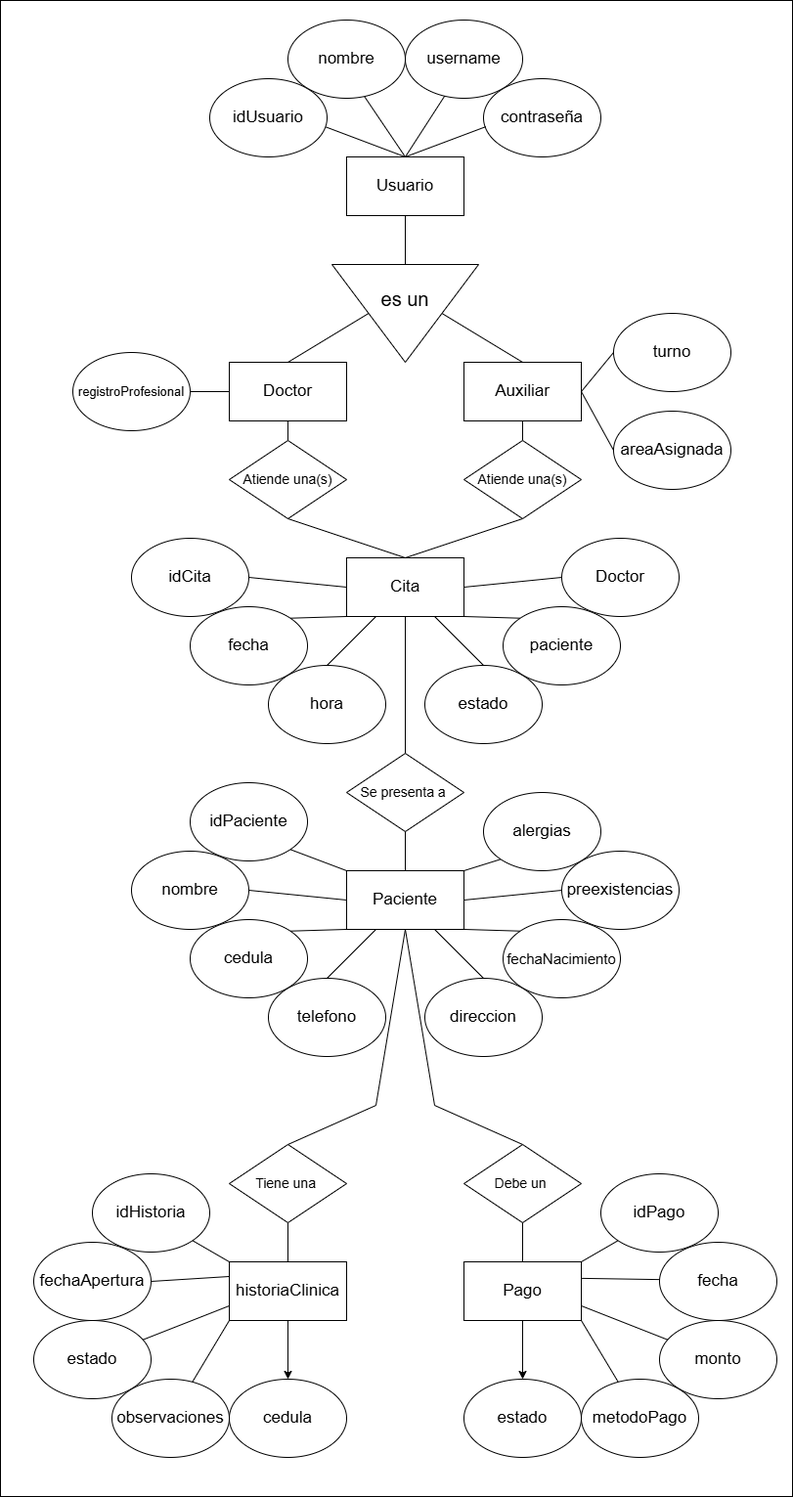
The draw.io diagram MER_actualizado.png in catviky147/Proyecto-Ingieneria-de-datos, before a commit. Source tidied: cells renumbered, new cells last; positions are measured from the earlier drawing's top-left corner, leaving out a move shared by most shapes.
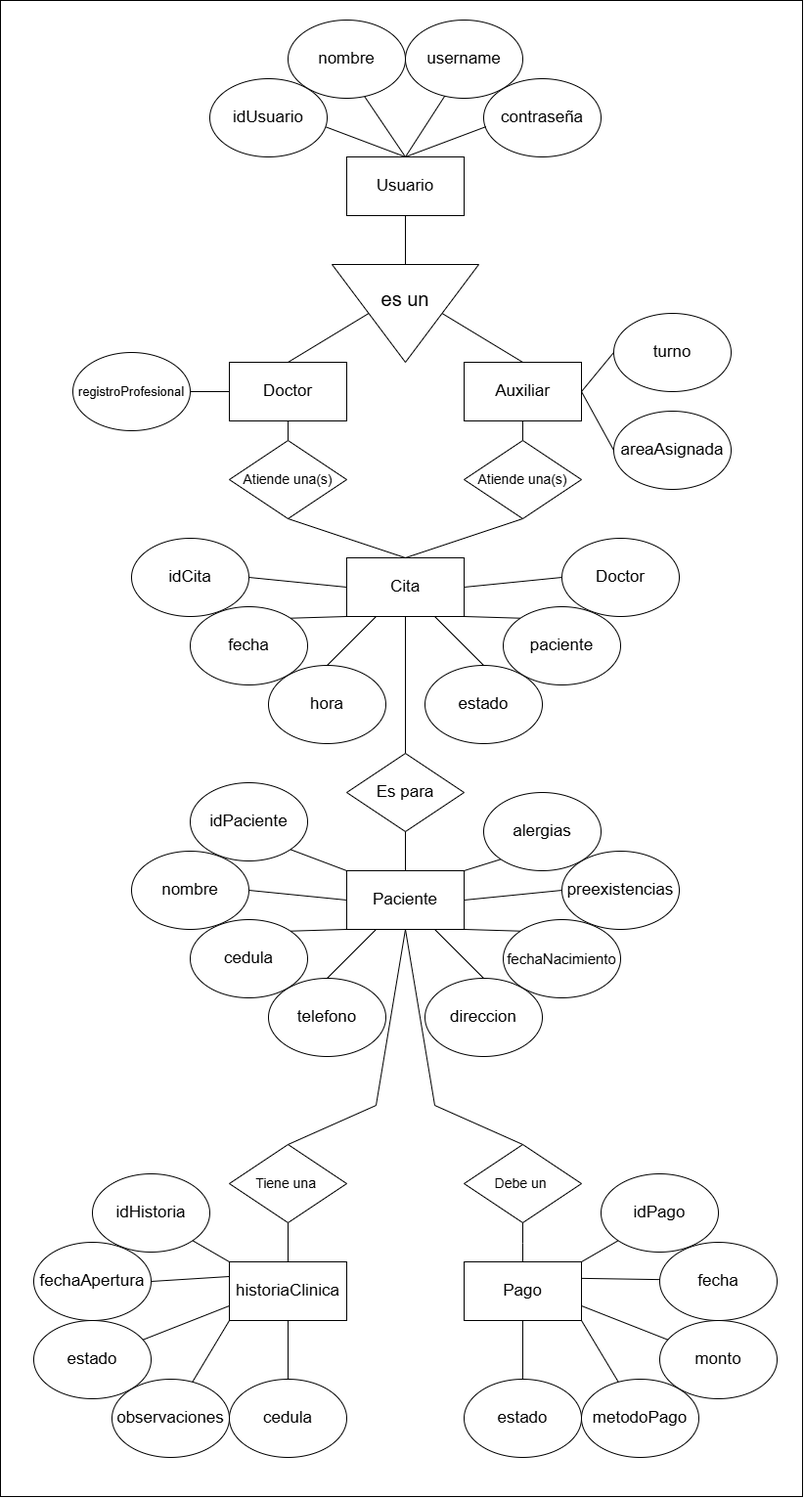
After the change.

The edit, as a diff of the source:
```diff
@@ -3,7 +3,7 @@
     <mxCell id="0" />
     <mxCell id="1" parent="0" />
     <mxCell id="2" style="rounded=0;whiteSpace=wrap;html=1;" parent="1" vertex="1">
-      <mxGeometry width="810" height="1530" as="geometry" />
+      <mxGeometry width="820" height="1530" as="geometry" />
     </mxCell>
     <mxCell id="3" style="edgeStyle=orthogonalEdgeStyle;rounded=0;jettySize=auto;html=1;exitX=0;exitY=0.5;exitDx=0;exitDy=0;entryX=0.5;entryY=1;entryDx=0;entryDy=0;endArrow=none;endFill=0;" parent="1" edge="1" source="5" target="7">
       <mxGeometry relative="1" as="geometry" />
@@ -133,7 +133,7 @@
     <mxCell id="44" value="&lt;font style=&quot;font-size: 17px;&quot;&gt;paciente&lt;/font&gt;" style="ellipse;whiteSpace=wrap;html=1;" parent="1" vertex="1">
       <mxGeometry x="514" y="620" width="120" height="80" as="geometry" />
     </mxCell>
-    <mxCell id="45" value="&lt;font style=&quot;font-size: 14px;&quot;&gt;Se presenta a&amp;nbsp;&lt;/font&gt;" style="rhombus;whiteSpace=wrap;html=1;" parent="1" vertex="1">
+    <mxCell id="45" value="&lt;font style=&quot;font-size: 17px;&quot;&gt;Es para&lt;/font&gt;" style="rhombus;whiteSpace=wrap;html=1;" parent="1" vertex="1">
       <mxGeometry x="354" y="770" width="120" height="80" as="geometry" />
     </mxCell>
     <mxCell id="46" style="edgeStyle=orthogonalEdgeStyle;rounded=0;jettySize=auto;html=1;exitX=0.5;exitY=0;exitDx=0;exitDy=0;entryX=0.5;entryY=1;entryDx=0;entryDy=0;endArrow=none;endFill=0;" parent="1" edge="1" source="49" target="45">
@@ -226,7 +226,7 @@
     <mxCell id="72" style="rounded=0;jettySize=auto;html=1;exitX=0;exitY=1;exitDx=0;exitDy=0;endArrow=none;endFill=0;" parent="1" edge="1" source="74" target="78">
       <mxGeometry relative="1" as="geometry" />
     </mxCell>
-    <mxCell id="73" style="rounded=0;jettySize=auto;html=1;exitX=0.5;exitY=1;exitDx=0;exitDy=0;entryX=0.5;entryY=0;entryDx=0;entryDy=0;" parent="1" edge="1" source="74" target="79">
+    <mxCell id="73" style="rounded=0;jettySize=auto;html=1;exitX=0.5;exitY=1;exitDx=0;exitDy=0;entryX=0.5;entryY=0;entryDx=0;entryDy=0;endArrow=none;endFill=0;" parent="1" edge="1" source="74" target="79">
       <mxGeometry relative="1" as="geometry" />
     </mxCell>
     <mxCell id="74" value="&lt;font style=&quot;font-size: 17px;&quot;&gt;historiaClinica&lt;/font&gt;" style="rounded=0;whiteSpace=wrap;html=1;" parent="1" vertex="1">
@@ -264,7 +264,7 @@
     <mxCell id="84" style="rounded=0;jettySize=auto;html=1;exitX=1;exitY=1;exitDx=0;exitDy=0;endArrow=none;endFill=0;" parent="1" edge="1" source="86" target="90">
       <mxGeometry relative="1" as="geometry" />
     </mxCell>
-    <mxCell id="85" style="rounded=0;jettySize=auto;html=1;exitX=0.5;exitY=1;exitDx=0;exitDy=0;entryX=0.5;entryY=0;entryDx=0;entryDy=0;" parent="1" edge="1" source="86" target="91">
+    <mxCell id="85" style="rounded=0;jettySize=auto;html=1;exitX=0.5;exitY=1;exitDx=0;exitDy=0;entryX=0.5;entryY=0;entryDx=0;entryDy=0;endArrow=none;endFill=0;" parent="1" edge="1" source="86" target="91">
       <mxGeometry relative="1" as="geometry" />
     </mxCell>
     <mxCell id="86" value="&lt;span style=&quot;font-size: 17px;&quot;&gt;Pago&lt;/span&gt;" style="rounded=0;whiteSpace=wrap;html=1;" parent="1" vertex="1">
```
